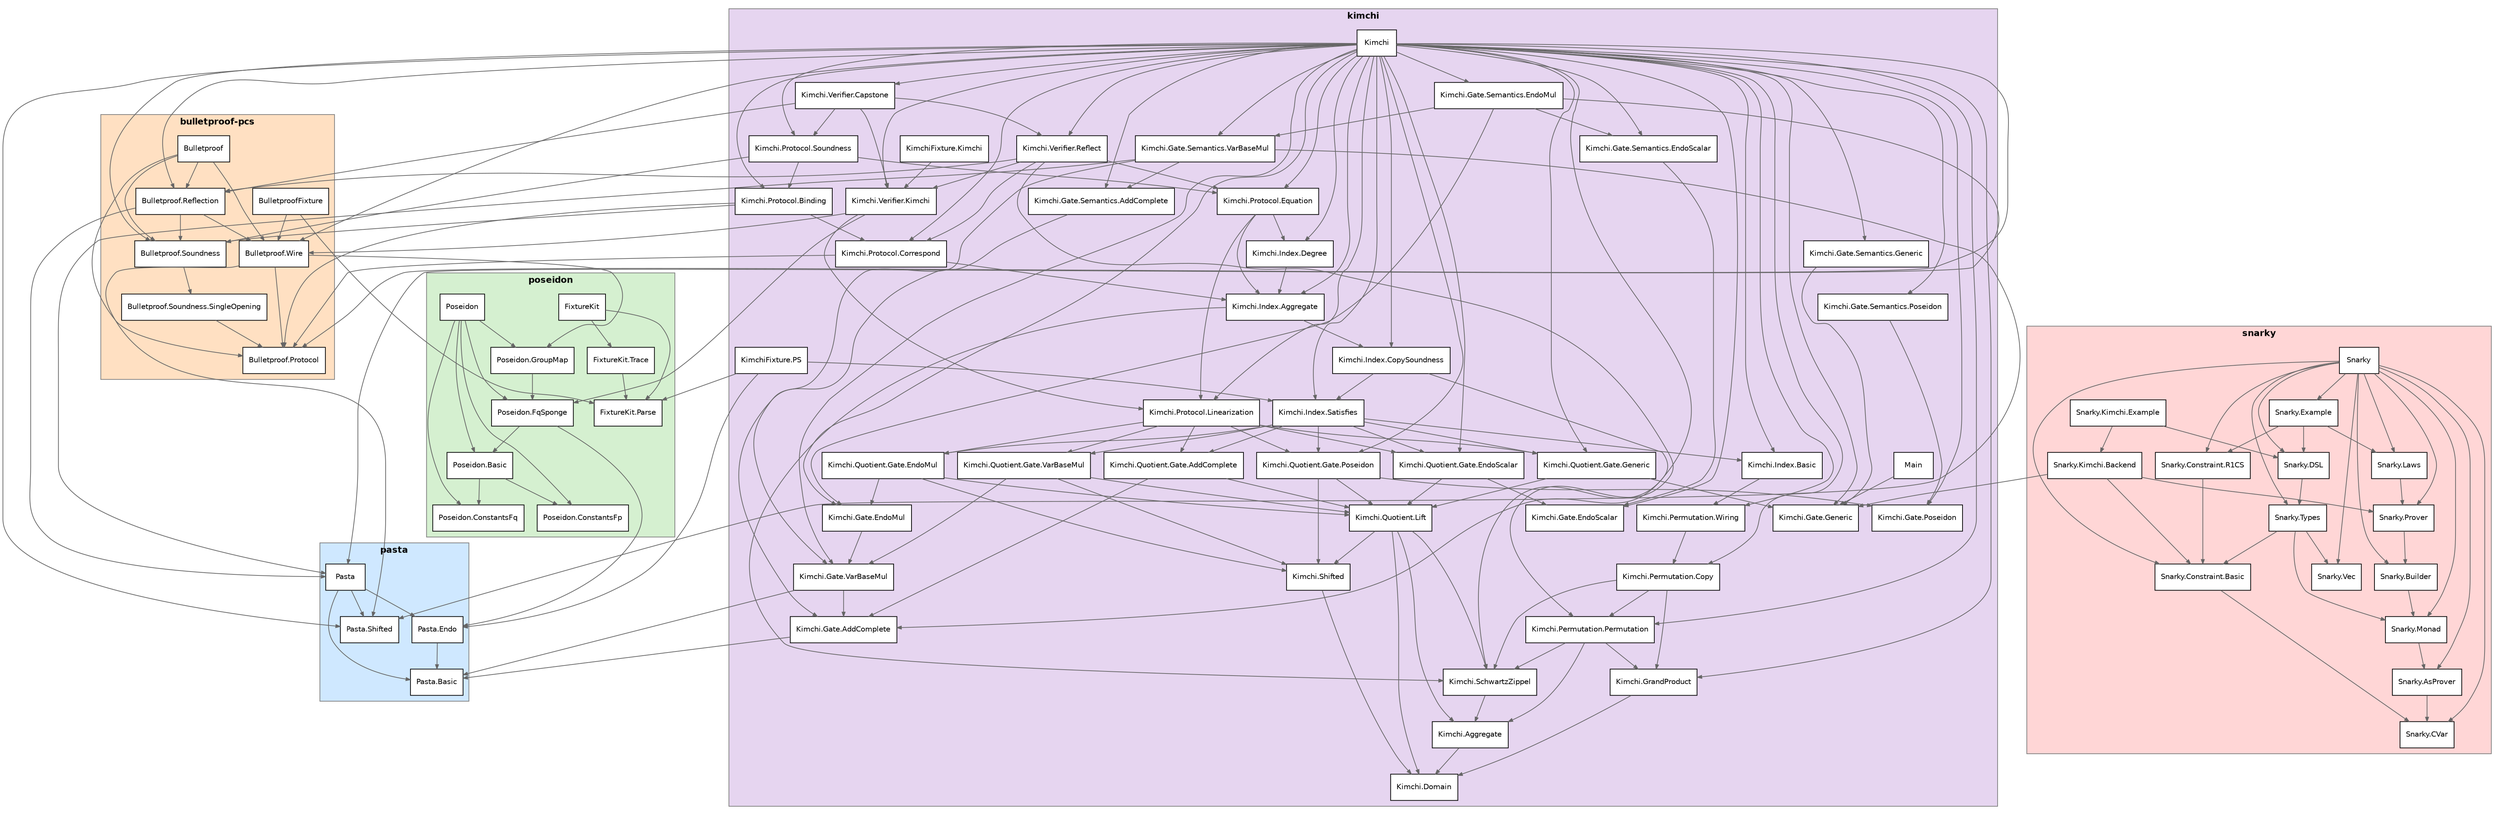
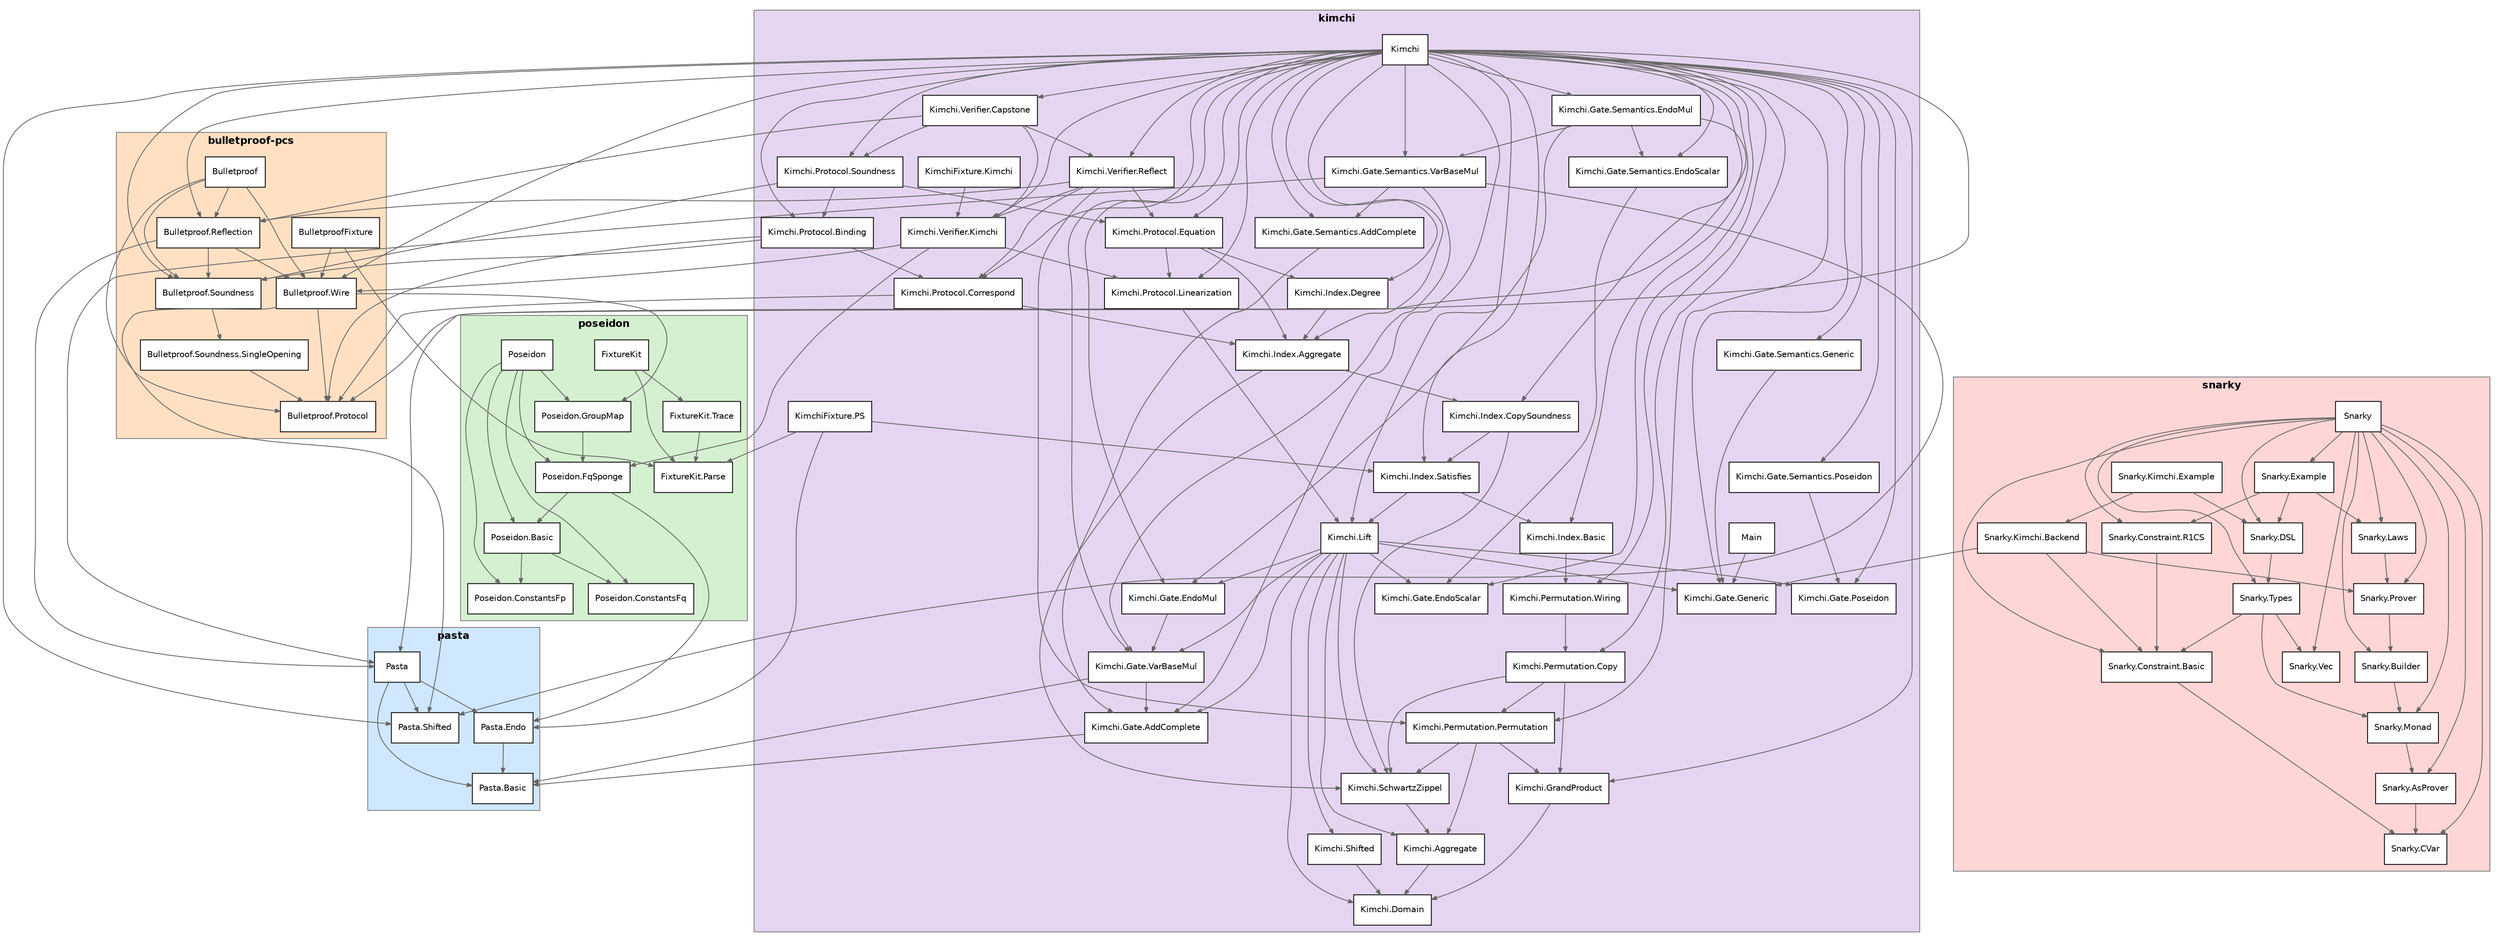
digraph "formal-modules" {
  rankdir=TB;
  node [shape=box, style=filled, fillcolor=white, fontsize=10, fontname="Helvetica"];
  edge [color=gray40, arrowsize=0.6];
  subgraph "cluster_pasta" {
    label="pasta"; style=filled; fillcolor="#cfe8ff";
    color=gray50; fontsize=12; fontname="Helvetica-Bold";
    "Pasta.Basic";
    "Pasta.Endo";
    "Pasta";
    "Pasta.Shifted";
  }
  subgraph "cluster_poseidon" {
    label="poseidon"; style=filled; fillcolor="#d5f0d0";
    color=gray50; fontsize=12; fontname="Helvetica-Bold";
    "FixtureKit";
    "FixtureKit.Parse";
    "FixtureKit.Trace";
    "Poseidon.Basic";
    "Poseidon.ConstantsFp";
    "Poseidon.ConstantsFq";
    "Poseidon.FqSponge";
    "Poseidon.GroupMap";
    "Poseidon";
  }
  subgraph "cluster_bulletproof-pcs" {
    label="bulletproof-pcs"; style=filled; fillcolor="#ffe0c2";
    color=gray50; fontsize=12; fontname="Helvetica-Bold";
    "BulletproofFixture";
    "Bulletproof";
    "Bulletproof.Protocol";
    "Bulletproof.Reflection";
    "Bulletproof.Soundness";
    "Bulletproof.Soundness.SingleOpening";
    "Bulletproof.Wire";
  }
  subgraph "cluster_kimchi" {
    label="kimchi"; style=filled; fillcolor="#e6d5f0";
    color=gray50; fontsize=12; fontname="Helvetica-Bold";
    "Kimchi.Aggregate";
    "Kimchi.Domain";
    "KimchiFixture.Kimchi";
    "KimchiFixture.PS";
    "Kimchi.Gate.AddComplete";
    "Kimchi.Gate.EndoMul";
    "Kimchi.Gate.EndoScalar";
    "Kimchi.Gate.Generic";
    "Kimchi.Gate.Poseidon";
    "Kimchi.Gate.Semantics.AddComplete";
    "Kimchi.Gate.Semantics.EndoMul";
    "Kimchi.Gate.Semantics.EndoScalar";
    "Kimchi.Gate.Semantics.Generic";
    "Kimchi.Gate.Semantics.Poseidon";
    "Kimchi.Gate.Semantics.VarBaseMul";
    "Kimchi.Gate.VarBaseMul";
    "Kimchi.GrandProduct";
    "Kimchi.Index.Aggregate";
    "Kimchi.Index.Basic";
    "Kimchi.Index.CopySoundness";
    "Kimchi.Index.Degree";
    "Kimchi.Index.Satisfies";
    "Kimchi";
+     "Kimchi.Lift";
    "Kimchi.Permutation.Copy";
    "Kimchi.Permutation.Permutation";
    "Kimchi.Permutation.Wiring";
    "Kimchi.Protocol.Binding";
    "Kimchi.Protocol.Correspond";
    "Kimchi.Protocol.Equation";
    "Kimchi.Protocol.Linearization";
    "Kimchi.Protocol.Soundness";
-     "Kimchi.Quotient.Gate.AddComplete";
-     "Kimchi.Quotient.Gate.EndoMul";
-     "Kimchi.Quotient.Gate.EndoScalar";
-     "Kimchi.Quotient.Gate.Generic";
-     "Kimchi.Quotient.Gate.Poseidon";
-     "Kimchi.Quotient.Gate.VarBaseMul";
-     "Kimchi.Quotient.Lift";
    "Kimchi.SchwartzZippel";
    "Kimchi.Shifted";
    "Kimchi.Verifier.Capstone";
    "Kimchi.Verifier.Kimchi";
    "Kimchi.Verifier.Reflect";
    "Main";
  }
  subgraph "cluster_snarky" {
    label="snarky"; style=filled; fillcolor="#ffd6d6";
    color=gray50; fontsize=12; fontname="Helvetica-Bold";
    "Snarky.AsProver";
    "Snarky.Builder";
    "Snarky.Constraint.Basic";
    "Snarky.Constraint.R1CS";
    "Snarky.CVar";
    "Snarky.DSL";
    "Snarky.Example";
    "Snarky.Kimchi.Backend";
    "Snarky.Kimchi.Example";
    "Snarky.Laws";
    "Snarky";
    "Snarky.Monad";
    "Snarky.Prover";
    "Snarky.Types";
    "Snarky.Vec";
  }
  "Pasta.Endo" -> "Pasta.Basic";
  "Pasta" -> "Pasta.Basic";
  "Pasta" -> "Pasta.Endo";
  "Pasta" -> "Pasta.Shifted";
  "FixtureKit" -> "FixtureKit.Parse";
  "FixtureKit" -> "FixtureKit.Trace";
  "FixtureKit.Trace" -> "FixtureKit.Parse";
  "Poseidon.Basic" -> "Poseidon.ConstantsFq";
  "Poseidon.Basic" -> "Poseidon.ConstantsFp";
  "Poseidon.FqSponge" -> "Poseidon.Basic";
  "Poseidon.FqSponge" -> "Pasta.Endo";
  "Poseidon.GroupMap" -> "Poseidon.FqSponge";
  "Poseidon" -> "Poseidon.ConstantsFp";
  "Poseidon" -> "Poseidon.ConstantsFq";
  "Poseidon" -> "Poseidon.Basic";
  "Poseidon" -> "Poseidon.FqSponge";
  "Poseidon" -> "Poseidon.GroupMap";
  "BulletproofFixture" -> "Bulletproof.Wire";
  "BulletproofFixture" -> "FixtureKit.Parse";
  "Bulletproof" -> "Bulletproof.Protocol";
  "Bulletproof" -> "Bulletproof.Wire";
  "Bulletproof" -> "Bulletproof.Soundness";
  "Bulletproof" -> "Bulletproof.Reflection";
  "Bulletproof.Reflection" -> "Bulletproof.Wire";
  "Bulletproof.Reflection" -> "Bulletproof.Soundness";
  "Bulletproof.Reflection" -> "Pasta";
  "Bulletproof.Soundness" -> "Bulletproof.Soundness.SingleOpening";
  "Bulletproof.Soundness.SingleOpening" -> "Bulletproof.Protocol";
  "Bulletproof.Wire" -> "Pasta.Shifted";
  "Bulletproof.Wire" -> "Poseidon.GroupMap";
  "Bulletproof.Wire" -> "Bulletproof.Protocol";
  "Kimchi.Aggregate" -> "Kimchi.Domain";
  "KimchiFixture.Kimchi" -> "Kimchi.Verifier.Kimchi";
  "KimchiFixture.PS" -> "Kimchi.Index.Satisfies";
  "KimchiFixture.PS" -> "FixtureKit.Parse";
  "KimchiFixture.PS" -> "Pasta.Endo";
  "Kimchi.Gate.AddComplete" -> "Pasta.Basic";
  "Kimchi.Gate.EndoMul" -> "Kimchi.Gate.VarBaseMul";
  "Kimchi.Gate.Semantics.AddComplete" -> "Kimchi.Gate.AddComplete";
  "Kimchi.Gate.Semantics.EndoMul" -> "Kimchi.Gate.EndoMul";
  "Kimchi.Gate.Semantics.EndoMul" -> "Kimchi.Gate.Semantics.VarBaseMul";
  "Kimchi.Gate.Semantics.EndoMul" -> "Kimchi.Gate.Semantics.EndoScalar";
  "Kimchi.Gate.Semantics.EndoMul" -> "Pasta";
  "Kimchi.Gate.Semantics.EndoScalar" -> "Kimchi.Gate.EndoScalar";
  "Kimchi.Gate.Semantics.Generic" -> "Kimchi.Gate.Generic";
  "Kimchi.Gate.Semantics.Poseidon" -> "Kimchi.Gate.Poseidon";
  "Kimchi.Gate.Semantics.VarBaseMul" -> "Kimchi.Gate.VarBaseMul";
  "Kimchi.Gate.Semantics.VarBaseMul" -> "Kimchi.Gate.Semantics.AddComplete";
  "Kimchi.Gate.Semantics.VarBaseMul" -> "Pasta";
  "Kimchi.Gate.Semantics.VarBaseMul" -> "Pasta.Shifted";
  "Kimchi.Gate.VarBaseMul" -> "Pasta.Basic";
  "Kimchi.Gate.VarBaseMul" -> "Kimchi.Gate.AddComplete";
  "Kimchi.GrandProduct" -> "Kimchi.Domain";
  "Kimchi.Index.Aggregate" -> "Kimchi.Index.CopySoundness";
  "Kimchi.Index.Aggregate" -> "Kimchi.SchwartzZippel";
  "Kimchi.Index.Basic" -> "Kimchi.Permutation.Wiring";
  "Kimchi.Index.CopySoundness" -> "Kimchi.Index.Satisfies";
  "Kimchi.Index.CopySoundness" -> "Kimchi.SchwartzZippel";
  "Kimchi.Index.Degree" -> "Kimchi.Index.Aggregate";
  "Kimchi.Index.Satisfies" -> "Kimchi.Index.Basic";
-   "Kimchi.Index.Satisfies" -> "Kimchi.Quotient.Gate.Generic";
-   "Kimchi.Index.Satisfies" -> "Kimchi.Quotient.Gate.Poseidon";
-   "Kimchi.Index.Satisfies" -> "Kimchi.Quotient.Gate.AddComplete";
-   "Kimchi.Index.Satisfies" -> "Kimchi.Quotient.Gate.VarBaseMul";
-   "Kimchi.Index.Satisfies" -> "Kimchi.Quotient.Gate.EndoMul";
-   "Kimchi.Index.Satisfies" -> "Kimchi.Quotient.Gate.EndoScalar";
+   "Kimchi.Index.Satisfies" -> "Kimchi.Lift";
  "Kimchi" -> "Pasta.Shifted";
  "Kimchi" -> "Kimchi.Gate.Generic";
  "Kimchi" -> "Kimchi.Gate.AddComplete";
  "Kimchi" -> "Kimchi.Gate.VarBaseMul";
  "Kimchi" -> "Kimchi.Gate.EndoScalar";
  "Kimchi" -> "Kimchi.Gate.EndoMul";
  "Kimchi" -> "Kimchi.Gate.Poseidon";
  "Kimchi" -> "Kimchi.Gate.Semantics.Generic";
  "Kimchi" -> "Kimchi.Gate.Semantics.AddComplete";
  "Kimchi" -> "Kimchi.Gate.Semantics.VarBaseMul";
  "Kimchi" -> "Kimchi.Gate.Semantics.EndoScalar";
  "Kimchi" -> "Kimchi.Gate.Semantics.EndoMul";
  "Kimchi" -> "Kimchi.Gate.Semantics.Poseidon";
  "Kimchi" -> "Bulletproof.Protocol";
  "Kimchi" -> "Bulletproof.Soundness";
-   "Kimchi" -> "Kimchi.Quotient.Gate.Generic";
-   "Kimchi" -> "Kimchi.Quotient.Gate.EndoScalar";
-   "Kimchi" -> "Kimchi.Quotient.Gate.Poseidon";
+   "Kimchi" -> "Kimchi.Lift";
  "Kimchi" -> "Kimchi.Permutation.Copy";
  "Kimchi" -> "Kimchi.Index.Basic";
  "Kimchi" -> "Kimchi.Index.Satisfies";
  "Kimchi" -> "Kimchi.Index.Aggregate";
  "Kimchi" -> "Kimchi.Index.Degree";
  "Kimchi" -> "Kimchi.Index.CopySoundness";
  "Kimchi" -> "Kimchi.Permutation.Wiring";
  "Kimchi" -> "Kimchi.Permutation.Permutation";
  "Kimchi" -> "Kimchi.GrandProduct";
  "Kimchi" -> "Bulletproof.Wire";
  "Kimchi" -> "Kimchi.Protocol.Linearization";
  "Kimchi" -> "Kimchi.Protocol.Equation";
  "Kimchi" -> "Kimchi.Protocol.Correspond";
  "Kimchi" -> "Kimchi.Protocol.Binding";
  "Kimchi" -> "Kimchi.Protocol.Soundness";
  "Kimchi" -> "Bulletproof.Reflection";
  "Kimchi" -> "Kimchi.Verifier.Kimchi";
  "Kimchi" -> "Kimchi.Verifier.Reflect";
  "Kimchi" -> "Kimchi.Verifier.Capstone";
+   "Kimchi.Lift" -> "Kimchi.Domain";
+   "Kimchi.Lift" -> "Kimchi.Shifted";
+   "Kimchi.Lift" -> "Kimchi.Aggregate";
+   "Kimchi.Lift" -> "Kimchi.SchwartzZippel";
+   "Kimchi.Lift" -> "Kimchi.Gate.AddComplete";
+   "Kimchi.Lift" -> "Kimchi.Gate.VarBaseMul";
+   "Kimchi.Lift" -> "Kimchi.Gate.EndoMul";
+   "Kimchi.Lift" -> "Kimchi.Gate.EndoScalar";
+   "Kimchi.Lift" -> "Kimchi.Gate.Poseidon";
+   "Kimchi.Lift" -> "Kimchi.Gate.Generic";
  "Kimchi.Permutation.Copy" -> "Kimchi.GrandProduct";
  "Kimchi.Permutation.Copy" -> "Kimchi.Permutation.Permutation";
  "Kimchi.Permutation.Copy" -> "Kimchi.SchwartzZippel";
  "Kimchi.Permutation.Permutation" -> "Kimchi.Aggregate";
  "Kimchi.Permutation.Permutation" -> "Kimchi.SchwartzZippel";
  "Kimchi.Permutation.Permutation" -> "Kimchi.GrandProduct";
  "Kimchi.Permutation.Wiring" -> "Kimchi.Permutation.Copy";
  "Kimchi.Protocol.Binding" -> "Bulletproof.Protocol";
  "Kimchi.Protocol.Binding" -> "Bulletproof.Soundness";
  "Kimchi.Protocol.Binding" -> "Kimchi.Protocol.Correspond";
  "Kimchi.Protocol.Correspond" -> "Kimchi.Index.Aggregate";
  "Kimchi.Protocol.Correspond" -> "Bulletproof.Protocol";
  "Kimchi.Protocol.Equation" -> "Kimchi.Protocol.Linearization";
  "Kimchi.Protocol.Equation" -> "Kimchi.Index.Aggregate";
  "Kimchi.Protocol.Equation" -> "Kimchi.Index.Degree";
-   "Kimchi.Protocol.Linearization" -> "Kimchi.Quotient.Gate.Generic";
-   "Kimchi.Protocol.Linearization" -> "Kimchi.Quotient.Gate.Poseidon";
-   "Kimchi.Protocol.Linearization" -> "Kimchi.Quotient.Gate.AddComplete";
-   "Kimchi.Protocol.Linearization" -> "Kimchi.Quotient.Gate.VarBaseMul";
-   "Kimchi.Protocol.Linearization" -> "Kimchi.Quotient.Gate.EndoMul";
-   "Kimchi.Protocol.Linearization" -> "Kimchi.Quotient.Gate.EndoScalar";
+   "Kimchi.Protocol.Linearization" -> "Kimchi.Lift";
  "Kimchi.Protocol.Soundness" -> "Bulletproof.Soundness";
  "Kimchi.Protocol.Soundness" -> "Kimchi.Protocol.Binding";
  "Kimchi.Protocol.Soundness" -> "Kimchi.Protocol.Equation";
-   "Kimchi.Quotient.Gate.AddComplete" -> "Kimchi.Quotient.Lift";
-   "Kimchi.Quotient.Gate.AddComplete" -> "Kimchi.Gate.AddComplete";
-   "Kimchi.Quotient.Gate.EndoMul" -> "Kimchi.Quotient.Lift";
-   "Kimchi.Quotient.Gate.EndoMul" -> "Kimchi.Shifted";
-   "Kimchi.Quotient.Gate.EndoMul" -> "Kimchi.Gate.EndoMul";
-   "Kimchi.Quotient.Gate.EndoScalar" -> "Kimchi.Quotient.Lift";
-   "Kimchi.Quotient.Gate.EndoScalar" -> "Kimchi.Gate.EndoScalar";
-   "Kimchi.Quotient.Gate.Generic" -> "Kimchi.Quotient.Lift";
-   "Kimchi.Quotient.Gate.Generic" -> "Kimchi.Gate.Generic";
-   "Kimchi.Quotient.Gate.Poseidon" -> "Kimchi.Quotient.Lift";
-   "Kimchi.Quotient.Gate.Poseidon" -> "Kimchi.Shifted";
-   "Kimchi.Quotient.Gate.Poseidon" -> "Kimchi.Gate.Poseidon";
-   "Kimchi.Quotient.Gate.VarBaseMul" -> "Kimchi.Quotient.Lift";
-   "Kimchi.Quotient.Gate.VarBaseMul" -> "Kimchi.Shifted";
-   "Kimchi.Quotient.Gate.VarBaseMul" -> "Kimchi.Gate.VarBaseMul";
-   "Kimchi.Quotient.Lift" -> "Kimchi.Domain";
-   "Kimchi.Quotient.Lift" -> "Kimchi.Shifted";
-   "Kimchi.Quotient.Lift" -> "Kimchi.Aggregate";
-   "Kimchi.Quotient.Lift" -> "Kimchi.SchwartzZippel";
  "Kimchi.SchwartzZippel" -> "Kimchi.Aggregate";
  "Kimchi.Shifted" -> "Kimchi.Domain";
  "Kimchi.Verifier.Capstone" -> "Kimchi.Protocol.Soundness";
  "Kimchi.Verifier.Capstone" -> "Kimchi.Verifier.Kimchi";
  "Kimchi.Verifier.Capstone" -> "Bulletproof.Reflection";
  "Kimchi.Verifier.Capstone" -> "Kimchi.Verifier.Reflect";
  "Kimchi.Verifier.Kimchi" -> "Bulletproof.Wire";
  "Kimchi.Verifier.Kimchi" -> "Kimchi.Protocol.Linearization";
  "Kimchi.Verifier.Kimchi" -> "Poseidon.FqSponge";
  "Kimchi.Verifier.Reflect" -> "Kimchi.Verifier.Kimchi";
  "Kimchi.Verifier.Reflect" -> "Bulletproof.Reflection";
  "Kimchi.Verifier.Reflect" -> "Kimchi.Protocol.Correspond";
  "Kimchi.Verifier.Reflect" -> "Kimchi.Protocol.Equation";
  "Kimchi.Verifier.Reflect" -> "Kimchi.Permutation.Permutation";
  "Main" -> "Kimchi.Gate.Generic";
  "Snarky.AsProver" -> "Snarky.CVar";
  "Snarky.Builder" -> "Snarky.Monad";
  "Snarky.Constraint.Basic" -> "Snarky.CVar";
  "Snarky.Constraint.R1CS" -> "Snarky.Constraint.Basic";
  "Snarky.DSL" -> "Snarky.Types";
  "Snarky.Example" -> "Snarky.DSL";
  "Snarky.Example" -> "Snarky.Constraint.R1CS";
  "Snarky.Example" -> "Snarky.Laws";
  "Snarky.Kimchi.Backend" -> "Snarky.Constraint.Basic";
  "Snarky.Kimchi.Backend" -> "Snarky.Prover";
  "Snarky.Kimchi.Backend" -> "Kimchi.Gate.Generic";
  "Snarky.Kimchi.Example" -> "Snarky.Kimchi.Backend";
  "Snarky.Kimchi.Example" -> "Snarky.DSL";
  "Snarky.Laws" -> "Snarky.Prover";
  "Snarky" -> "Snarky.CVar";
  "Snarky" -> "Snarky.AsProver";
  "Snarky" -> "Snarky.Monad";
  "Snarky" -> "Snarky.Builder";
  "Snarky" -> "Snarky.Prover";
  "Snarky" -> "Snarky.Vec";
  "Snarky" -> "Snarky.Constraint.Basic";
  "Snarky" -> "Snarky.Constraint.R1CS";
  "Snarky" -> "Snarky.Types";
  "Snarky" -> "Snarky.DSL";
  "Snarky" -> "Snarky.Laws";
  "Snarky" -> "Snarky.Example";
  "Snarky.Monad" -> "Snarky.AsProver";
  "Snarky.Prover" -> "Snarky.Builder";
  "Snarky.Types" -> "Snarky.Monad";
  "Snarky.Types" -> "Snarky.Vec";
  "Snarky.Types" -> "Snarky.Constraint.Basic";
}
